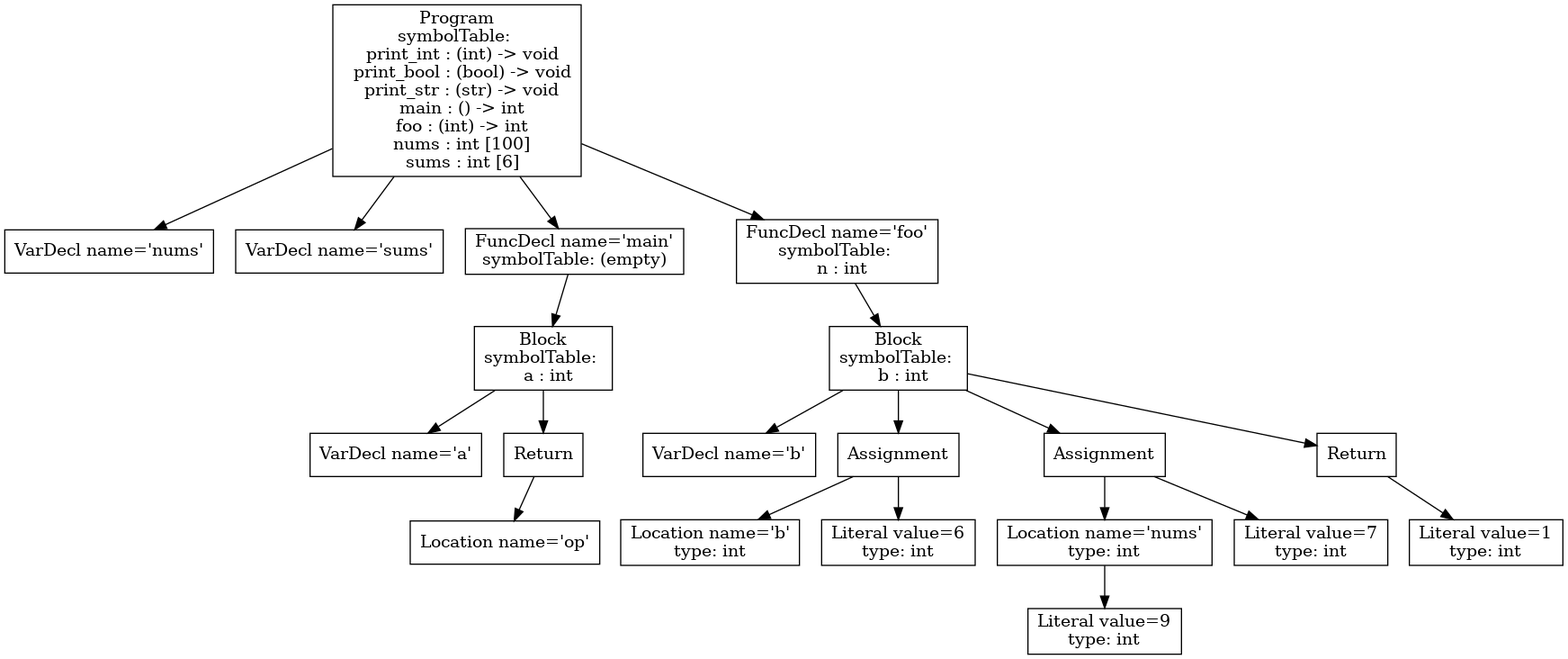
Above: tree.png in phamml/p3-analysis (Graphviz), before the change. Its source is kept beside it as tree.dot.
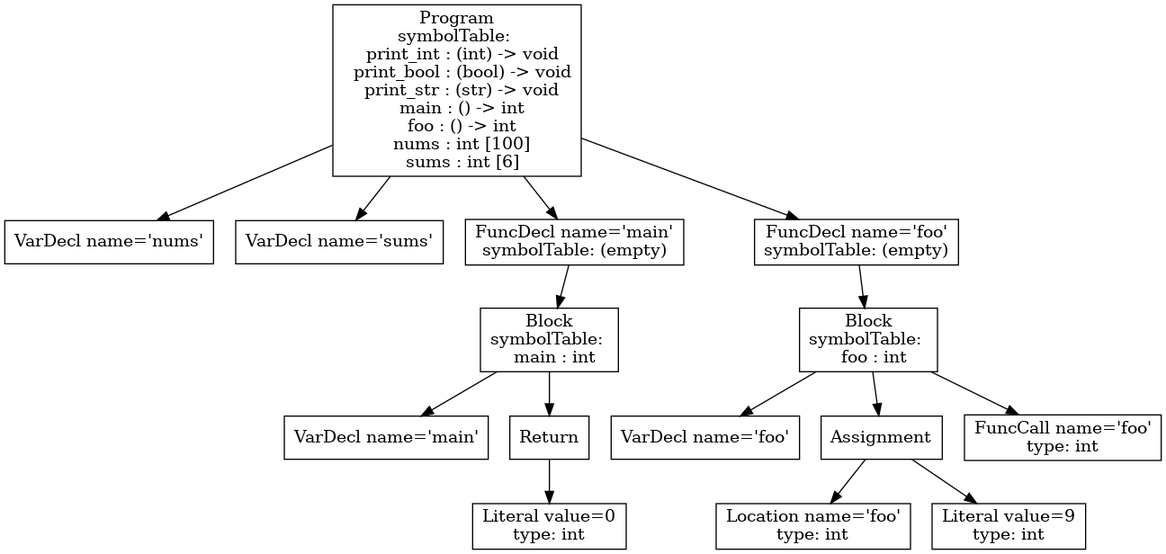
After the change.

What changed in the source:
```diff
@@ -1,39 +1,29 @@
 digraph AST {
 1 [shape=box, label="VarDecl name='nums'"];
 2 [shape=box, label="VarDecl name='sums'"];
-5 [shape=box, label="VarDecl name='a'"];
-7 [shape=box, label="Location name='op'"];
+5 [shape=box, label="VarDecl name='main'"];
+7 [shape=box, label="Literal value=0\ntype: int"];
 6 [shape=box, label="Return"];
 6 -> 7;
-4 [shape=box, label="Block\nsymbolTable: \n  a : int"];
+4 [shape=box, label="Block\nsymbolTable: \n  main : int"];
 4 -> 5;
 4 -> 6;
 3 [shape=box, label="FuncDecl name='main'\nsymbolTable: (empty)"];
 3 -> 4;
-10 [shape=box, label="VarDecl name='b'"];
-12 [shape=box, label="Location name='b'\ntype: int"];
-13 [shape=box, label="Literal value=6\ntype: int"];
+10 [shape=box, label="VarDecl name='foo'"];
+12 [shape=box, label="Location name='foo'\ntype: int"];
+13 [shape=box, label="Literal value=9\ntype: int"];
 11 [shape=box, label="Assignment"];
 11 -> 12;
 11 -> 13;
-16 [shape=box, label="Literal value=9\ntype: int"];
-15 [shape=box, label="Location name='nums'\ntype: int"];
-15 -> 16;
-17 [shape=box, label="Literal value=7\ntype: int"];
-14 [shape=box, label="Assignment"];
-14 -> 15;
-14 -> 17;
-19 [shape=box, label="Literal value=1\ntype: int"];
-18 [shape=box, label="Return"];
-18 -> 19;
-9 [shape=box, label="Block\nsymbolTable: \n  b : int"];
+14 [shape=box, label="FuncCall name='foo'\ntype: int"];
+9 [shape=box, label="Block\nsymbolTable: \n  foo : int"];
 9 -> 10;
 9 -> 11;
 9 -> 14;
-9 -> 18;
-8 [shape=box, label="FuncDecl name='foo'\nsymbolTable: \n  n : int"];
+8 [shape=box, label="FuncDecl name='foo'\nsymbolTable: (empty)"];
 8 -> 9;
-0 [shape=box, label="Program\nsymbolTable: \n  print_int : (int) -> void\n  print_bool : (bool) -> void\n  print_str : (str) -> void\n  main : () -> int\n  foo : (int) -> int\n  nums : int [100]\n  sums : int [6]"];
+0 [shape=box, label="Program\nsymbolTable: \n  print_int : (int) -> void\n  print_bool : (bool) -> void\n  print_str : (str) -> void\n  main : () -> int\n  foo : () -> int\n  nums : int [100]\n  sums : int [6]"];
 0 -> 1;
 0 -> 2;
 0 -> 3;
```
